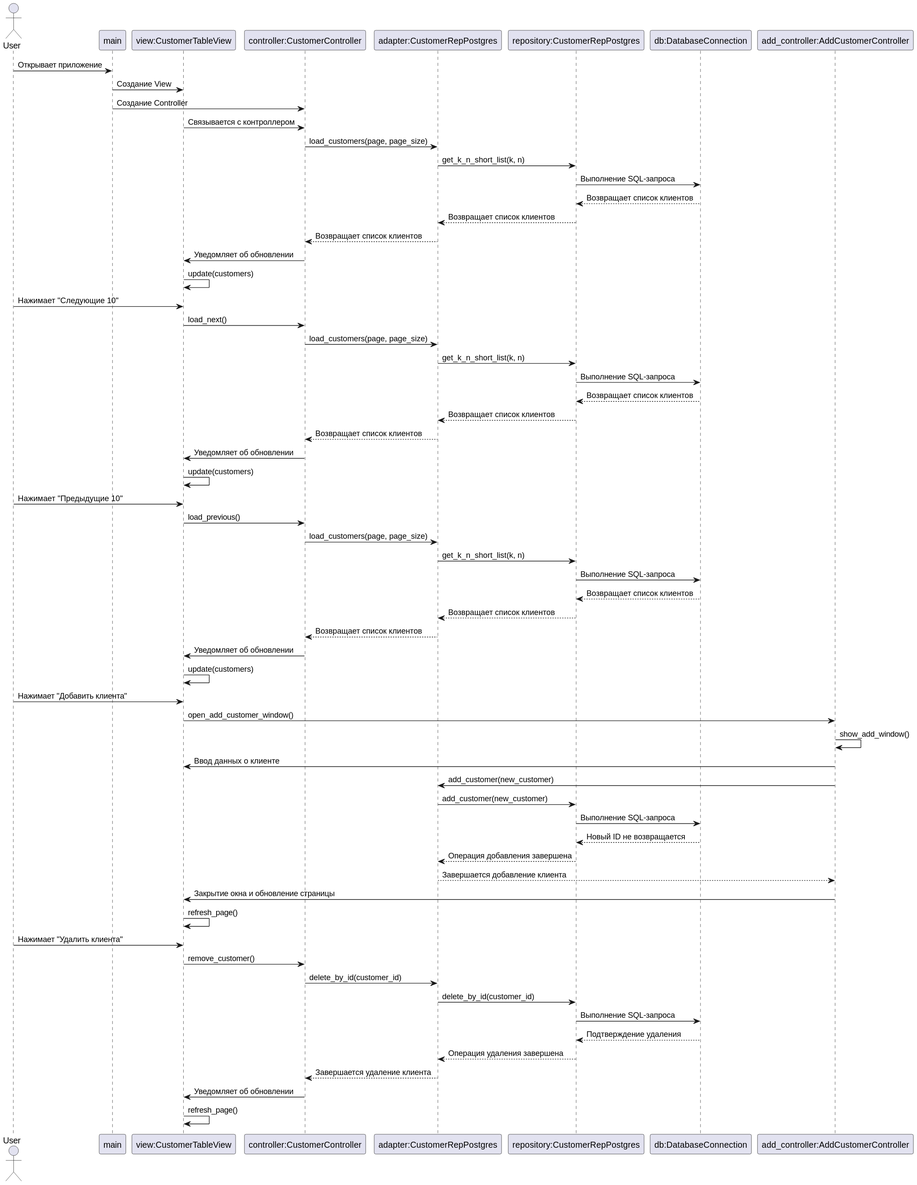
Earlier version of the PlantUML export Diagrams/Диаграмма последовательности.svg (MrOganes/information-systems-design).
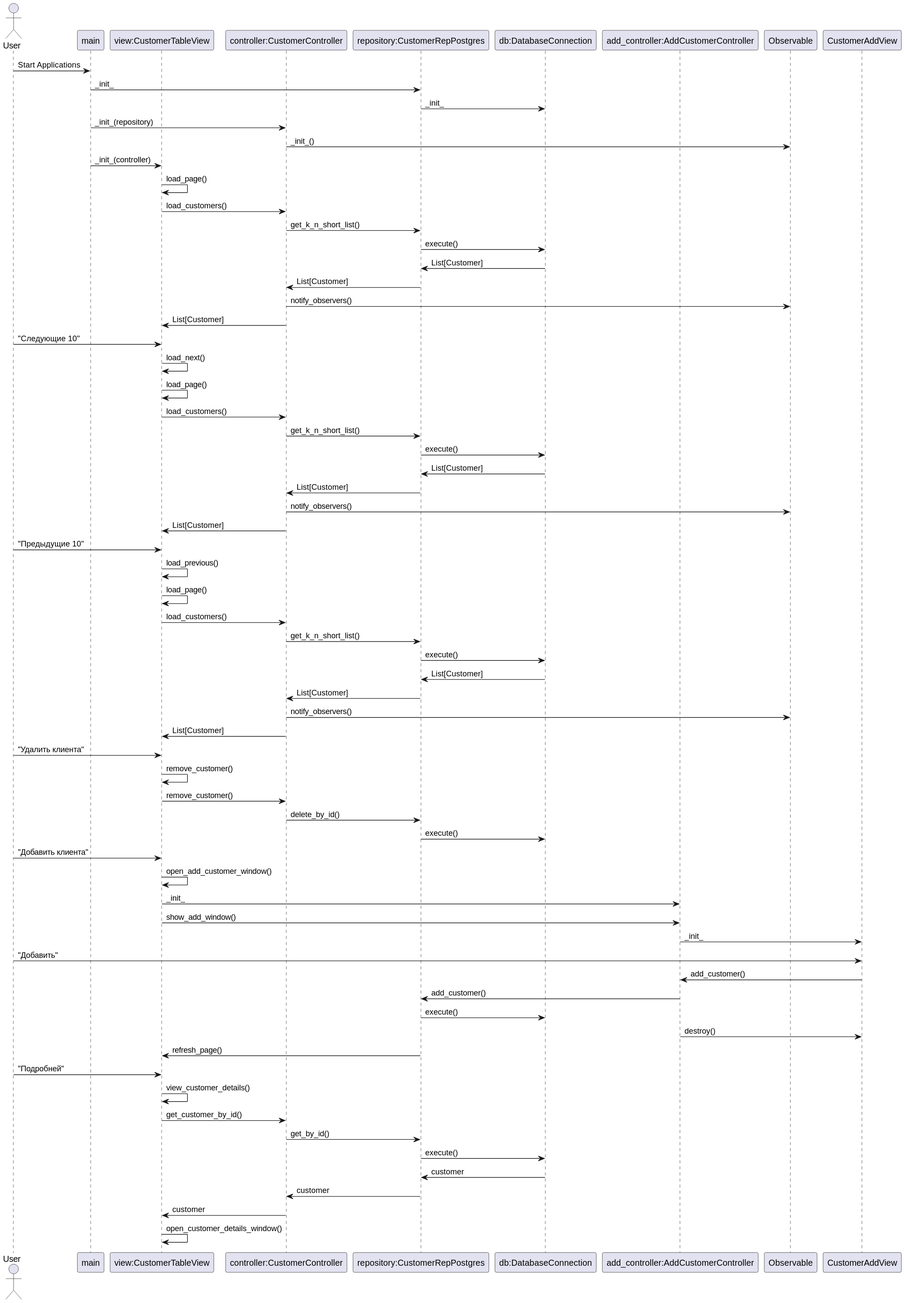
The same diagram one commit later.

Commit message:
Lab 3. feat: Added the ability to view customer data in detail.

What changed in the source:
```diff
@@ -3,67 +3,76 @@
 participant "main" as Main
 participant "view:CustomerTableView" as View
 participant "controller:CustomerController" as Controller
-participant "adapter:CustomerRepPostgres" as RepoAdapter
 participant "repository:CustomerRepPostgres" as Repo
 participant "db:DatabaseConnection" as DB
 participant "add_controller:AddCustomerController" as AddController
+participant "Observable" as Obs
+participant "CustomerAddView" as AddView
 
-U -> Main: Открывает приложение
-Main -> View: Создание View
-Main -> Controller: Создание Controller
-View -> Controller: Связывается с контроллером
-Controller -> RepoAdapter: load_customers(page, page_size)
-RepoAdapter -> Repo: get_k_n_short_list(k, n)
-Repo -> DB: Выполнение SQL-запроса
-DB --> Repo: Возвращает список клиентов
-Repo --> RepoAdapter: Возвращает список клиентов
-RepoAdapter --> Controller: Возвращает список клиентов
-Controller -> View: Уведомляет об обновлении
-View -> View: update(customers)
+U -> Main: Start Applications
+Main -> Repo: _init_
+Repo -> DB: _init_
+Main -> Controller: _init_(repository)
+Controller -> Obs: _init_()
+Main -> View: _init_(controller)
+View -> View: load_page()
+View -> Controller: load_customers()
+Controller -> Repo: get_k_n_short_list()
+Repo -> DB: execute()
+DB -> Repo: List[Customer]
+Repo -> Controller: List[Customer]
+Controller -> Obs: notify_observers()
+Controller -> View: List[Customer]
 
-U -> View: Нажимает "Следующие 10"
-View -> Controller: load_next()
-Controller -> RepoAdapter: load_customers(page, page_size)
-RepoAdapter -> Repo: get_k_n_short_list(k, n)
-Repo -> DB: Выполнение SQL-запроса
-DB --> Repo: Возвращает список клиентов
-Repo --> RepoAdapter: Возвращает список клиентов
-RepoAdapter --> Controller: Возвращает список клиентов
-Controller -> View: Уведомляет об обновлении
-View -> View: update(customers)
 
-U -> View: Нажимает "Предыдущие 10"
-View -> Controller: load_previous()
-Controller -> RepoAdapter: load_customers(page, page_size)
-RepoAdapter -> Repo: get_k_n_short_list(k, n)
-Repo -> DB: Выполнение SQL-запроса
-DB --> Repo: Возвращает список клиентов
-Repo --> RepoAdapter: Возвращает список клиентов
-RepoAdapter --> Controller: Возвращает список клиентов
-Controller -> View: Уведомляет об обновлении
-View -> View: update(customers)
+U -> View: "Следующие 10"
+View -> View: load_next()
+View -> View: load_page()
+View -> Controller: load_customers()
+Controller -> Repo: get_k_n_short_list()
+Repo -> DB: execute()
+DB -> Repo: List[Customer]
+Repo -> Controller: List[Customer]
+Controller -> Obs: notify_observers()
+Controller -> View: List[Customer]
 
-U -> View: Нажимает "Добавить клиента"
-View -> AddController: open_add_customer_window()
-AddController -> AddController: show_add_window()
-AddController -> View: Ввод данных о клиенте
-AddController -> RepoAdapter: add_customer(new_customer)
-RepoAdapter -> Repo: add_customer(new_customer)
-Repo -> DB: Выполнение SQL-запроса
-DB --> Repo: Новый ID не возвращается
-Repo --> RepoAdapter: Операция добавления завершена
-RepoAdapter --> AddController: Завершается добавление клиента
-AddController -> View: Закрытие окна и обновление страницы
-View -> View: refresh_page()
+U -> View: "Предыдущие 10"
+View -> View: load_previous()
+View -> View: load_page()
+View -> Controller: load_customers()
+Controller -> Repo: get_k_n_short_list()
+Repo -> DB: execute()
+DB -> Repo: List[Customer]
+Repo -> Controller: List[Customer]
+Controller -> Obs: notify_observers()
+Controller -> View: List[Customer]
 
-U -> View: Нажимает "Удалить клиента"
+
+U -> View: "Удалить клиента"
+View -> View: remove_customer()
 View -> Controller: remove_customer()
-Controller -> RepoAdapter: delete_by_id(customer_id)
-RepoAdapter -> Repo: delete_by_id(customer_id)
-Repo -> DB: Выполнение SQL-запроса
-DB --> Repo: Подтверждение удаления
-Repo --> RepoAdapter: Операция удаления завершена
-RepoAdapter --> Controller: Завершается удаление клиента
-Controller -> View: Уведомляет об обновлении
-View -> View: refresh_page()
+Controller -> Repo: delete_by_id()
+Repo -> DB: execute()
+
+U -> View: "Добавить клиента"
+View -> View: open_add_customer_window()
+View -> AddController: _init_
+View -> AddController: show_add_window()
+AddController -> AddView: _init_
+U -> AddView: "Добавить"
+AddView -> AddController: add_customer()
+AddController -> Repo: add_customer()
+Repo -> DB: execute()
+AddController -> AddView: destroy()
+Repo -> View: refresh_page()
+
+U -> View: "Подробней"
+View -> View: view_customer_details()
+View -> Controller: get_customer_by_id()
+Controller -> Repo: get_by_id()
+Repo -> DB: execute()
+DB -> Repo: customer
+Repo -> Controller: customer
+Controller -> View: customer
+View -> View: open_customer_details_window()
 @enduml
```
